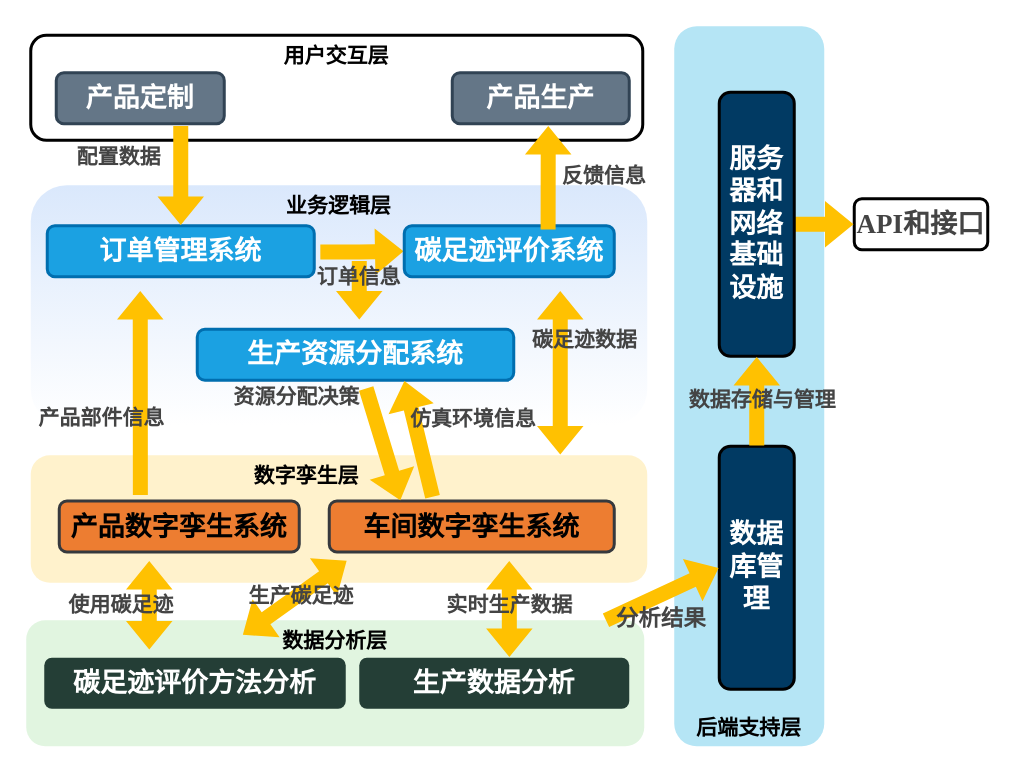
Earlier version of the draw.io diagram BB架构图.drawio (LFNing/General). Source tidied: cells renumbered, new cells numbered last; positions are measured from the earlier drawing's top-left corner, leaving out a move shared by most shapes. Both pictures are drawn from the tidied source at 150%, with x=0, y=0 at pixel (26, 26).
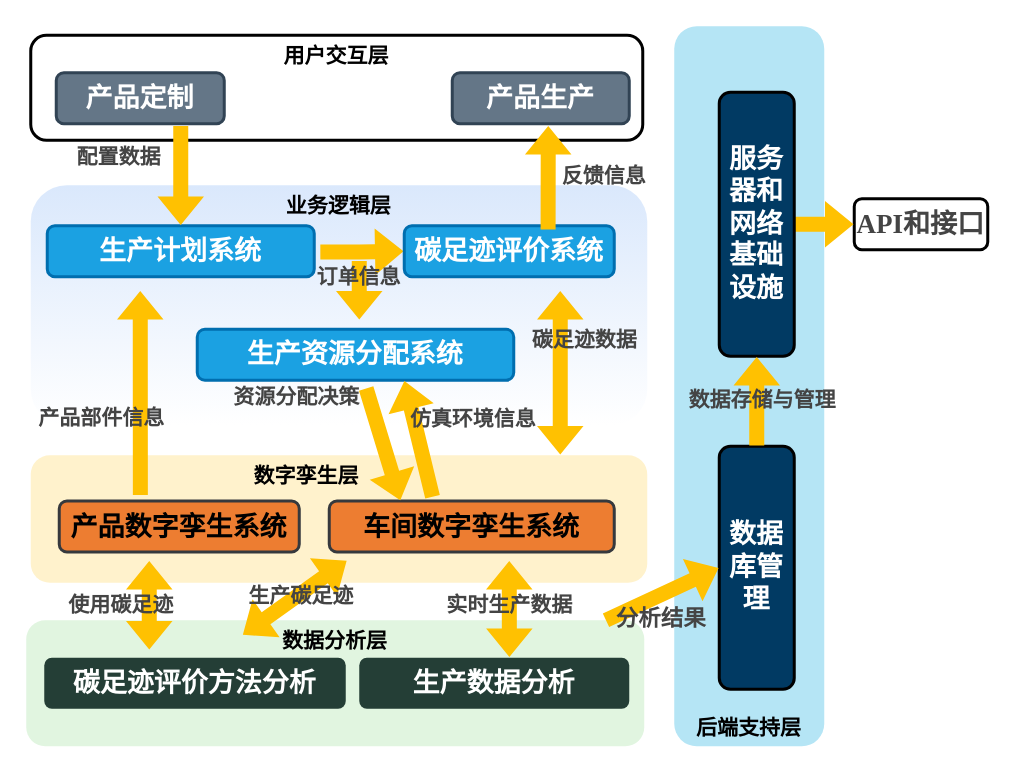
After the change.

Commit message:
更新BB架构图.drawio

The edit, as a diff of the source:
```diff
@@
-    <mxCell id="14" value="订单管理系统" style="whiteSpace=wrap;strokeWidth=2;fontSize=18;fontFamily=Times New Roman;rounded=1;fillColor=#1ba1e2;strokeColor=#006EAF;fontStyle=1;fontColor=#ffffff;" parent="1" vertex="1">
+    <mxCell id="14" value="生产计划系统" style="whiteSpace=wrap;strokeWidth=2;fontSize=18;fontFamily=Times New Roman;rounded=1;fillColor=#1ba1e2;strokeColor=#006EAF;fontStyle=1;fontColor=#ffffff;" parent="1" vertex="1">
       <mxGeometry x="14" y="133" width="178" height="34" as="geometry" />
     </mxCell>
```
